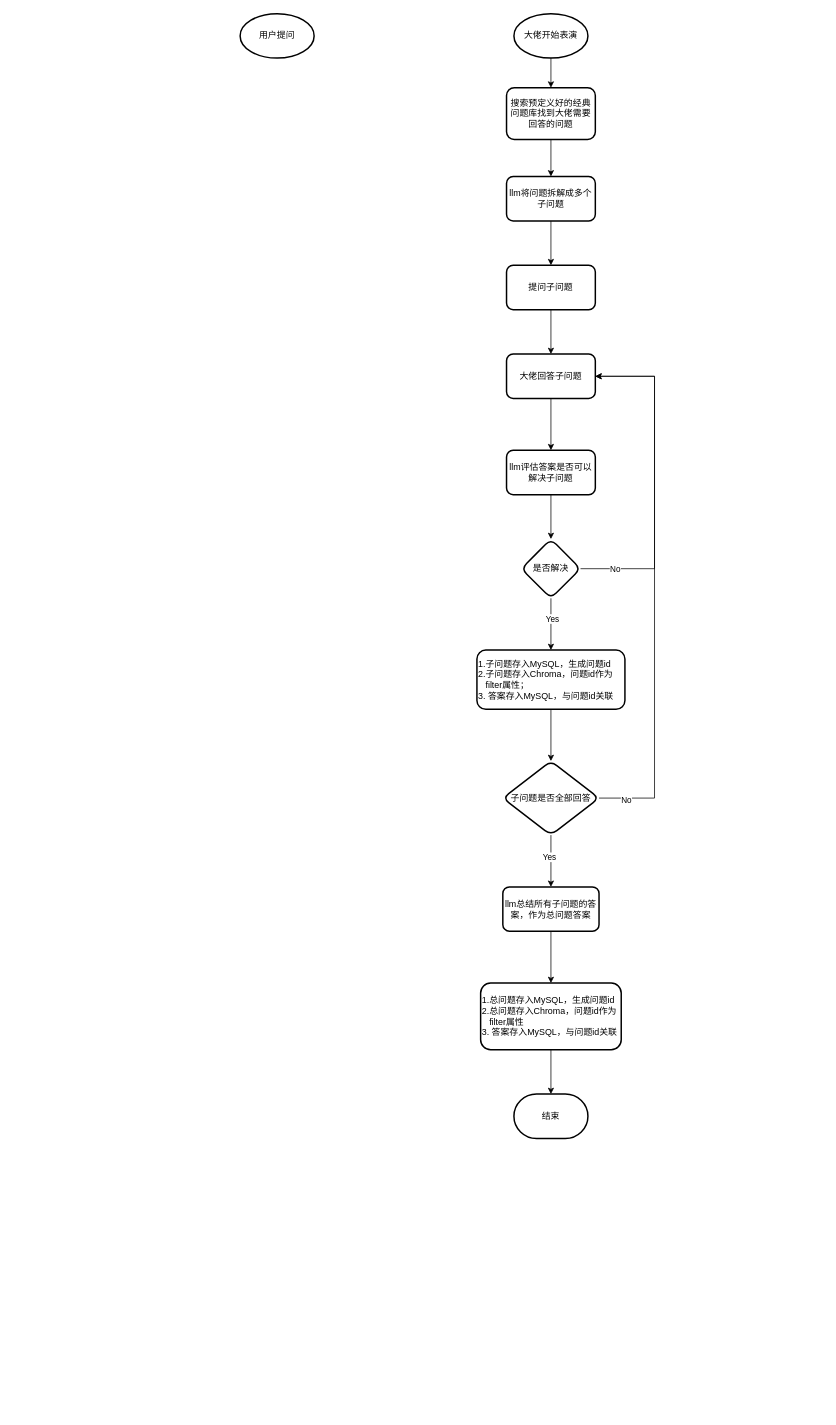
Above: cohat.drawio in deanzz/blog (draw.io), before the change. Source tidied: cells renumbered, new cells numbered last; positions are measured from the earlier drawing's top-left corner, leaving out a move shared by most shapes. Both pictures are drawn from the tidied source at 74%, with x=0, y=0 at pixel (240, 13).
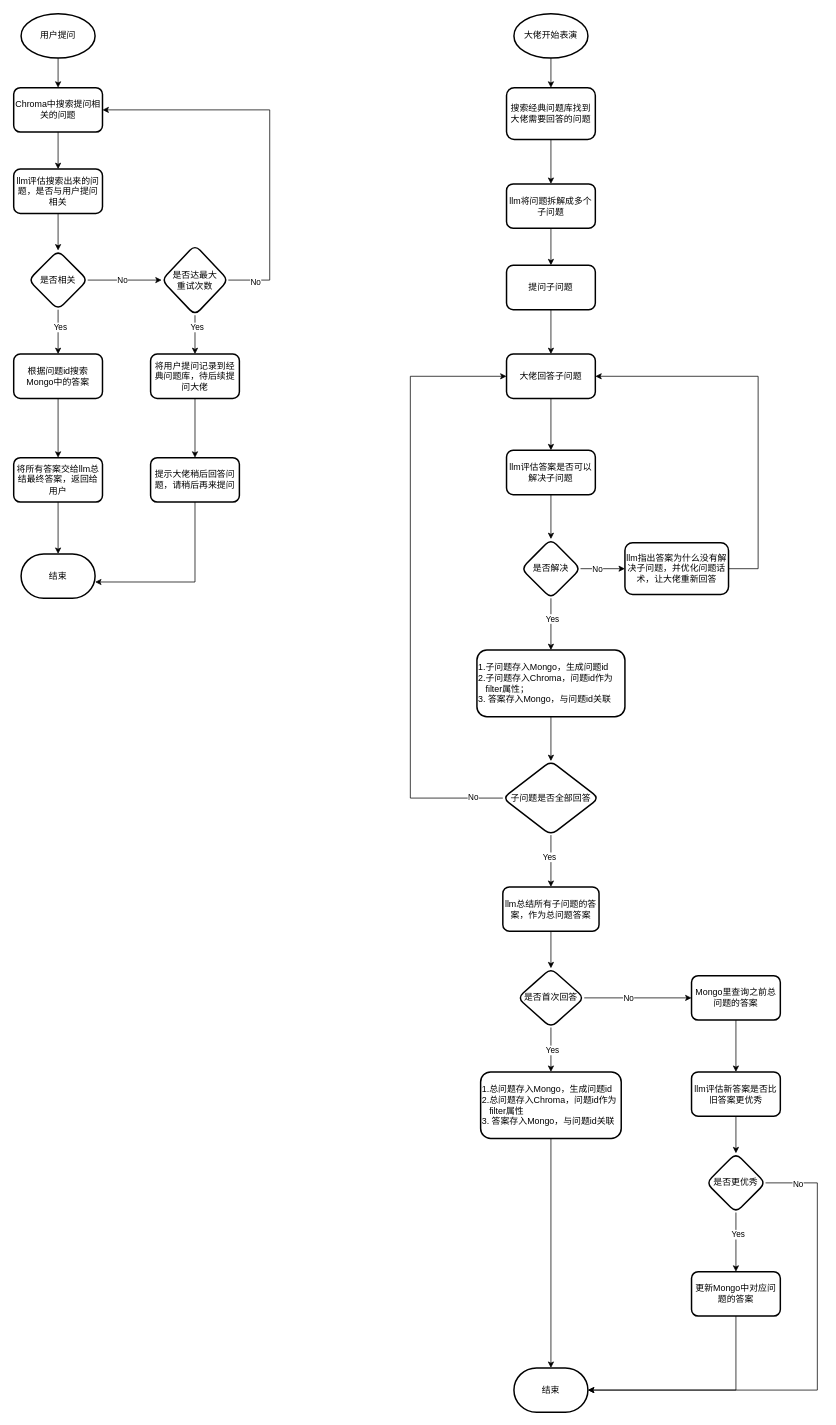
The same page after the edit.

The change refers to these unchanged cells:
```xml
<mxCell id="12" value="大佬回答子问题" style="whiteSpace=wrap;html=1;rounded=1;strokeWidth=2;" parent="1" vertex="1">
  <mxGeometry x="360" y="460" width="120" height="60" as="geometry" />
</mxCell>
<mxCell id="19" value="是否解决" style="rhombus;whiteSpace=wrap;html=1;rounded=1;strokeWidth=2;" parent="1" vertex="1">
  <mxGeometry x="380" y="710" width="80" height="80" as="geometry" />
</mxCell>
<mxCell id="26" value="子问题是否全部回答" style="rhombus;whiteSpace=wrap;html=1;align=center;rounded=1;strokeWidth=2;" parent="1" vertex="1">
  <mxGeometry x="355" y="1010" width="130" height="100" as="geometry" />
</mxCell>
<mxCell id="28" value="llm总结所有子问题的答案，作为总问题答案" style="whiteSpace=wrap;html=1;rounded=1;strokeWidth=2;" parent="1" vertex="1">
  <mxGeometry x="355" y="1180" width="130" height="60" as="geometry" />
</mxCell>
```

Change to the diagram source:
```diff
@@
+    <mxCell id="32" style="edgeStyle=orthogonalEdgeStyle;rounded=0;jettySize=auto;html=1;" parent="1" edge="1" source="2" target="37">
+      <mxGeometry relative="1" as="geometry" />
+    </mxCell>
     <mxCell id="2" value="用户提问" style="strokeWidth=2;html=1;shape=mxgraph.flowchart.start_1;whiteSpace=wrap;" parent="1" vertex="1">
-      <mxGeometry width="100" height="60" as="geometry" />
+      <mxGeometry x="-296" width="100" height="60" as="geometry" />
     </mxCell>
@@
-    <mxCell id="5" style="edgeStyle=orthogonalEdgeStyle;rounded=0;jettySize=auto;html=1;" parent="1" edge="1" source="6" target="8">
+    <mxCell id="5" style="edgeStyle=orthogonalEdgeStyle;rounded=0;jettySize=auto;html=1;exitX=0.5;exitY=1;exitDx=0;exitDy=0;entryX=0.5;entryY=0;entryDx=0;entryDy=0;" parent="1" edge="1" source="6" target="8">
       <mxGeometry relative="1" as="geometry" />
     </mxCell>
-    <mxCell id="6" value="搜索预定义好的经典问题库找到大佬需要回答的问题" style="rounded=1;whiteSpace=wrap;html=1;strokeWidth=2;" parent="1" vertex="1">
+    <mxCell id="6" value="搜索经典问题库找到大佬需要回答的问题" style="rounded=1;whiteSpace=wrap;html=1;strokeWidth=2;" parent="1" vertex="1">
       <mxGeometry x="360" y="100" width="120" height="70" as="geometry" />
     </mxCell>
@@
     <mxCell id="8" value="llm将问题拆解成多个子问题" style="whiteSpace=wrap;html=1;rounded=1;strokeWidth=2;" parent="1" vertex="1">
-      <mxGeometry x="360" y="220" width="120" height="60" as="geometry" />
+      <mxGeometry x="360" y="230" width="120" height="60" as="geometry" />
     </mxCell>
@@
-    <mxCell id="17" style="edgeStyle=orthogonalEdgeStyle;rounded=0;jettySize=auto;html=1;entryX=1;entryY=0.5;entryDx=0;entryDy=0;" parent="1" edge="1" source="19" target="12">
-      <mxGeometry relative="1" as="geometry">
-        <Array as="points">
-          <mxPoint x="560" y="750" />
-          <mxPoint x="560" y="490" />
-        </Array>
-      </mxGeometry>
-    </mxCell>
-    <mxCell id="18" value="No" style="edgeLabel;html=1;align=center;verticalAlign=middle;" parent="17" vertex="1">
-      <mxGeometry x="-0.67" y="-1" relative="1" as="geometry">
-        <mxPoint x="-27" y="-1" as="offset" />
-      </mxGeometry>
-    </mxCell>
+    <mxCell id="33" style="edgeStyle=orthogonalEdgeStyle;rounded=0;jettySize=auto;html=1;" parent="1" edge="1" source="19" target="76">
+      <mxGeometry relative="1" as="geometry" />
+    </mxCell>
+    <mxCell id="34" value="No" style="edgeLabel;html=1;align=center;verticalAlign=middle;" parent="33" vertex="1">
+      <mxGeometry x="-0.27" relative="1" as="geometry" />
+    </mxCell>
@@
-    <mxCell id="21" value="1.子问题存入MySQL，生成问题id&lt;div&gt;2.子问题存入Chroma，问题id作为&amp;nbsp; &amp;nbsp; &amp;nbsp; &amp;nbsp;filter属性；&lt;div&gt;3. 答案存入MySQL，与问题id关联&lt;/div&gt;&lt;/div&gt;" style="whiteSpace=wrap;html=1;rounded=1;strokeWidth=2;align=left;" parent="1" vertex="1">
-      <mxGeometry x="320" y="860" width="200" height="80" as="geometry" />
+    <mxCell id="21" value="1.子问题存入Mongo，生成问题id&lt;div&gt;2.子问题存入Chroma，问题id作为&amp;nbsp; &amp;nbsp; &amp;nbsp; &amp;nbsp;filter属性；&lt;div&gt;3. 答案存入Mongo，与问题id关联&lt;/div&gt;&lt;/div&gt;" style="whiteSpace=wrap;html=1;rounded=1;strokeWidth=2;align=left;" parent="1" vertex="1">
+      <mxGeometry x="320" y="860" width="200" height="90" as="geometry" />
     </mxCell>
@@
-    <mxCell id="24" style="edgeStyle=orthogonalEdgeStyle;rounded=0;jettySize=auto;html=1;exitX=1;exitY=0.5;exitDx=0;exitDy=0;entryX=1;entryY=0.5;entryDx=0;entryDy=0;" parent="1" edge="1" source="26" target="12">
+    <mxCell id="24" style="edgeStyle=orthogonalEdgeStyle;rounded=0;jettySize=auto;html=1;exitX=0;exitY=0.5;exitDx=0;exitDy=0;entryX=0;entryY=0.5;entryDx=0;entryDy=0;" parent="1" edge="1" source="26" target="12">
       <mxGeometry relative="1" as="geometry">
         <Array as="points">
-          <mxPoint x="560" y="1060" />
-          <mxPoint x="560" y="490" />
+          <mxPoint x="230" y="1060" />
+          <mxPoint x="230" y="490" />
         </Array>
       </mxGeometry>
     </mxCell>
@@
-    <mxCell id="27" style="edgeStyle=orthogonalEdgeStyle;rounded=0;jettySize=auto;html=1;" parent="1" edge="1" source="28" target="30">
-      <mxGeometry relative="1" as="geometry" />
-    </mxCell>
+    <mxCell id="35" style="edgeStyle=orthogonalEdgeStyle;rounded=0;jettySize=auto;html=1;exitX=0.5;exitY=1;exitDx=0;exitDy=0;entryX=0.5;entryY=0;entryDx=0;entryDy=0;" parent="1" edge="1" source="28" target="63">
+      <mxGeometry relative="1" as="geometry" />
+    </mxCell>
@@
-    <mxCell id="30" value="1.总问题存入MySQL，生成问题id&lt;div&gt;2.总问题存入Chroma，问题id作为&amp;nbsp; &amp;nbsp; &amp;nbsp;filter属性&lt;/div&gt;&lt;div&gt;3. 答案存入MySQL，与问题id关联&lt;/div&gt;" style="whiteSpace=wrap;html=1;rounded=1;strokeWidth=2;align=left;" parent="1" vertex="1">
-      <mxGeometry x="325" y="1310" width="190" height="90" as="geometry" />
+    <mxCell id="30" value="1.总问题存入Mongo，生成问题id&lt;div&gt;2.总问题存入Chroma，问题id作为&amp;nbsp; &amp;nbsp; &amp;nbsp;filter属性&lt;/div&gt;&lt;div&gt;3. 答案存入Mongo，与问题id关联&lt;/div&gt;" style="whiteSpace=wrap;html=1;rounded=1;strokeWidth=2;align=left;" parent="1" vertex="1">
+      <mxGeometry x="325" y="1430" width="190" height="90" as="geometry" />
     </mxCell>
     <mxCell id="31" value="结束" style="strokeWidth=2;html=1;shape=mxgraph.flowchart.terminator;whiteSpace=wrap;" parent="1" vertex="1">
-      <mxGeometry x="370" y="1460" width="100" height="60" as="geometry" />
+      <mxGeometry x="370" y="1830" width="100" height="60" as="geometry" />
     </mxCell>
+    <mxCell id="36" style="edgeStyle=orthogonalEdgeStyle;rounded=0;jettySize=auto;html=1;" parent="1" edge="1" source="37" target="39">
+      <mxGeometry relative="1" as="geometry" />
+    </mxCell>
+    <mxCell id="37" value="Chroma中搜索提问相关的问题" style="rounded=1;whiteSpace=wrap;html=1;strokeWidth=2;" parent="1" vertex="1">
+      <mxGeometry x="-306" y="100" width="120" height="60" as="geometry" />
+    </mxCell>
+    <mxCell id="38" style="edgeStyle=orthogonalEdgeStyle;rounded=0;jettySize=auto;html=1;" parent="1" edge="1" source="39" target="44">
+      <mxGeometry relative="1" as="geometry" />
+    </mxCell>
+    <mxCell id="39" value="llm评估搜索出来的问题，是否与用户提问相关" style="rounded=1;whiteSpace=wrap;html=1;strokeWidth=2;" parent="1" vertex="1">
+      <mxGeometry x="-306" y="210" width="120" height="60" as="geometry" />
+    </mxCell>
+    <mxCell id="40" style="edgeStyle=orthogonalEdgeStyle;rounded=0;jettySize=auto;html=1;" parent="1" edge="1" source="44" target="46">
+      <mxGeometry relative="1" as="geometry" />
+    </mxCell>
+    <mxCell id="41" value="Yes" style="edgeLabel;html=1;align=center;verticalAlign=middle;" parent="40" vertex="1">
+      <mxGeometry x="-0.23" y="2" relative="1" as="geometry" />
+    </mxCell>
+    <mxCell id="42" style="edgeStyle=orthogonalEdgeStyle;rounded=0;jettySize=auto;html=1;" parent="1" edge="1" source="44" target="51">
+      <mxGeometry relative="1" as="geometry" />
+    </mxCell>
+    <mxCell id="43" value="No" style="edgeLabel;html=1;align=center;verticalAlign=middle;" parent="42" vertex="1">
+      <mxGeometry x="-0.08" y="-5" relative="1" as="geometry">
+        <mxPoint y="-5" as="offset" />
+      </mxGeometry>
+    </mxCell>
+    <mxCell id="44" value="是否相关" style="rhombus;whiteSpace=wrap;html=1;rounded=1;strokeWidth=2;" parent="1" vertex="1">
+      <mxGeometry x="-286" y="320" width="80" height="80" as="geometry" />
+    </mxCell>
+    <mxCell id="45" style="edgeStyle=orthogonalEdgeStyle;rounded=0;jettySize=auto;html=1;" parent="1" edge="1" source="46" target="52">
+      <mxGeometry relative="1" as="geometry" />
+    </mxCell>
+    <mxCell id="46" value="根据问题id搜索Mongo中的答案" style="whiteSpace=wrap;html=1;rounded=1;strokeWidth=2;" parent="1" vertex="1">
+      <mxGeometry x="-306" y="460" width="120" height="60" as="geometry" />
+    </mxCell>
+    <mxCell id="47" style="edgeStyle=orthogonalEdgeStyle;rounded=0;jettySize=auto;html=1;exitX=1;exitY=0.5;exitDx=0;exitDy=0;entryX=1;entryY=0.5;entryDx=0;entryDy=0;" parent="1" edge="1" source="51" target="37">
+      <mxGeometry relative="1" as="geometry">
+        <Array as="points">
+          <mxPoint x="40" y="360" />
+          <mxPoint x="40" y="130" />
+        </Array>
+      </mxGeometry>
+    </mxCell>
+    <mxCell id="48" value="No" style="edgeLabel;html=1;align=center;verticalAlign=middle;" parent="47" vertex="1">
+      <mxGeometry x="-0.86" y="-2" relative="1" as="geometry" />
+    </mxCell>
+    <mxCell id="49" style="edgeStyle=orthogonalEdgeStyle;rounded=0;jettySize=auto;html=1;" parent="1" edge="1" source="51" target="56">
+      <mxGeometry relative="1" as="geometry" />
+    </mxCell>
+    <mxCell id="50" value="Yes" style="edgeLabel;html=1;align=center;verticalAlign=middle;" parent="49" vertex="1">
+      <mxGeometry x="-0.44" y="2" relative="1" as="geometry">
+        <mxPoint y="1" as="offset" />
+      </mxGeometry>
+    </mxCell>
+    <mxCell id="51" value="是否达最大&lt;div&gt;重试次数&lt;/div&gt;" style="rhombus;whiteSpace=wrap;html=1;rounded=1;strokeWidth=2;" parent="1" vertex="1">
+      <mxGeometry x="-106" y="312.5" width="90" height="95" as="geometry" />
+    </mxCell>
+    <mxCell id="52" value="将所有答案交给llm总结最终答案，返回给用户" style="rounded=1;whiteSpace=wrap;html=1;strokeWidth=2;" parent="1" vertex="1">
+      <mxGeometry x="-306" y="600" width="120" height="60" as="geometry" />
+    </mxCell>
+    <mxCell id="53" value="结束" style="strokeWidth=2;html=1;shape=mxgraph.flowchart.terminator;whiteSpace=wrap;" parent="1" vertex="1">
+      <mxGeometry x="-296" y="730" width="100" height="60" as="geometry" />
+    </mxCell>
+    <mxCell id="54" style="edgeStyle=orthogonalEdgeStyle;rounded=0;jettySize=auto;html=1;exitX=0.5;exitY=1;exitDx=0;exitDy=0;entryX=0.5;entryY=0;entryDx=0;entryDy=0;entryPerimeter=0;" parent="1" edge="1" source="52" target="53">
+      <mxGeometry relative="1" as="geometry" />
+    </mxCell>
+    <mxCell id="55" style="edgeStyle=orthogonalEdgeStyle;rounded=0;jettySize=auto;html=1;" parent="1" edge="1" source="56" target="57">
+      <mxGeometry relative="1" as="geometry" />
+    </mxCell>
+    <mxCell id="56" value="将用户提问记录到经典问题库，待后续提问大佬" style="rounded=1;whiteSpace=wrap;html=1;strokeWidth=2;" parent="1" vertex="1">
+      <mxGeometry x="-121" y="460" width="120" height="60" as="geometry" />
+    </mxCell>
+    <mxCell id="57" value="提示大佬稍后回答问题，请稍后再来提问" style="whiteSpace=wrap;html=1;rounded=1;strokeWidth=2;" parent="1" vertex="1">
+      <mxGeometry x="-121" y="600" width="120" height="60" as="geometry" />
+    </mxCell>
+    <mxCell id="58" style="edgeStyle=orthogonalEdgeStyle;rounded=0;jettySize=auto;html=1;exitX=0.5;exitY=1;exitDx=0;exitDy=0;entryX=1;entryY=0.633;entryDx=0;entryDy=0;entryPerimeter=0;" parent="1" edge="1" source="57" target="53">
+      <mxGeometry relative="1" as="geometry" />
+    </mxCell>
+    <mxCell id="59" style="edgeStyle=orthogonalEdgeStyle;rounded=0;jettySize=auto;html=1;exitX=0.5;exitY=1;exitDx=0;exitDy=0;entryX=0.5;entryY=0;entryDx=0;entryDy=0;" parent="1" edge="1" source="63" target="30">
+      <mxGeometry relative="1" as="geometry" />
+    </mxCell>
+    <mxCell id="60" value="Yes" style="edgeLabel;html=1;align=center;verticalAlign=middle;" parent="59" vertex="1">
+      <mxGeometry y="1" relative="1" as="geometry" />
+    </mxCell>
+    <mxCell id="61" style="edgeStyle=orthogonalEdgeStyle;rounded=0;jettySize=auto;html=1;" parent="1" edge="1" source="63" target="65">
+      <mxGeometry relative="1" as="geometry" />
+    </mxCell>
+    <mxCell id="62" value="No" style="edgeLabel;html=1;align=center;verticalAlign=middle;" parent="61" vertex="1">
+      <mxGeometry x="-0.19" relative="1" as="geometry" />
+    </mxCell>
+    <mxCell id="63" value="是否首次回答" style="rhombus;whiteSpace=wrap;html=1;rounded=1;strokeWidth=2;" parent="1" vertex="1">
+      <mxGeometry x="375" y="1290" width="90" height="80" as="geometry" />
+    </mxCell>
+    <mxCell id="64" style="edgeStyle=orthogonalEdgeStyle;rounded=0;jettySize=auto;html=1;" parent="1" edge="1" source="65" target="67">
+      <mxGeometry relative="1" as="geometry" />
+    </mxCell>
+    <mxCell id="65" value="Mongo里查询之前总问题的答案" style="whiteSpace=wrap;html=1;rounded=1;strokeWidth=2;" parent="1" vertex="1">
+      <mxGeometry x="610" y="1300" width="120" height="60" as="geometry" />
+    </mxCell>
+    <mxCell id="66" style="edgeStyle=orthogonalEdgeStyle;rounded=0;jettySize=auto;html=1;" parent="1" edge="1" source="67" target="70">
+      <mxGeometry relative="1" as="geometry" />
+    </mxCell>
+    <mxCell id="67" value="llm评估新答案是否比旧答案更优秀" style="whiteSpace=wrap;html=1;rounded=1;strokeWidth=2;" parent="1" vertex="1">
+      <mxGeometry x="610" y="1430" width="120" height="60" as="geometry" />
+    </mxCell>
+    <mxCell id="68" style="edgeStyle=orthogonalEdgeStyle;rounded=0;jettySize=auto;html=1;" parent="1" edge="1" source="70" target="71">
+      <mxGeometry relative="1" as="geometry" />
+    </mxCell>
+    <mxCell id="69" value="Yes" style="edgeLabel;html=1;align=center;verticalAlign=middle;" parent="68" vertex="1">
+      <mxGeometry x="-0.28" y="2" relative="1" as="geometry" />
+    </mxCell>
+    <mxCell id="70" value="是否更优秀" style="rhombus;whiteSpace=wrap;html=1;rounded=1;strokeWidth=2;" parent="1" vertex="1">
+      <mxGeometry x="630" y="1540" width="80" height="80" as="geometry" />
+    </mxCell>
+    <mxCell id="71" value="更新Mongo中对应问题的答案" style="rounded=1;whiteSpace=wrap;html=1;strokeWidth=2;" parent="1" vertex="1">
+      <mxGeometry x="610" y="1700" width="120" height="60" as="geometry" />
+    </mxCell>
+    <mxCell id="72" style="edgeStyle=orthogonalEdgeStyle;rounded=0;jettySize=auto;html=1;exitX=0.5;exitY=1;exitDx=0;exitDy=0;entryX=1;entryY=0.5;entryDx=0;entryDy=0;entryPerimeter=0;" parent="1" edge="1" source="71" target="31">
+      <mxGeometry relative="1" as="geometry" />
+    </mxCell>
+    <mxCell id="73" style="edgeStyle=orthogonalEdgeStyle;rounded=0;jettySize=auto;html=1;exitX=1;exitY=0.5;exitDx=0;exitDy=0;entryX=1;entryY=0.5;entryDx=0;entryDy=0;entryPerimeter=0;" parent="1" edge="1" source="70" target="31">
+      <mxGeometry relative="1" as="geometry">
+        <Array as="points">
+          <mxPoint x="780" y="1580" />
+          <mxPoint x="780" y="1860" />
+        </Array>
+      </mxGeometry>
+    </mxCell>
+    <mxCell id="74" value="No" style="edgeLabel;html=1;align=center;verticalAlign=middle;" parent="73" vertex="1">
+      <mxGeometry x="-0.87" y="-1" relative="1" as="geometry" />
+    </mxCell>
+    <mxCell id="75" style="edgeStyle=orthogonalEdgeStyle;rounded=0;jettySize=auto;html=1;exitX=1;exitY=0.5;exitDx=0;exitDy=0;" parent="1" edge="1" source="76">
+      <mxGeometry relative="1" as="geometry">
+        <mxPoint x="480" y="490" as="targetPoint" />
+        <Array as="points">
+          <mxPoint x="700" y="750" />
+          <mxPoint x="700" y="490" />
+        </Array>
+      </mxGeometry>
+    </mxCell>
+    <mxCell id="76" value="llm指出答案为什么没有解决子问题，并优化问题话术，让大佬重新回答" style="whiteSpace=wrap;html=1;rounded=1;strokeWidth=2;" parent="1" vertex="1">
+      <mxGeometry x="520" y="715" width="140" height="70" as="geometry" />
+    </mxCell>
```
